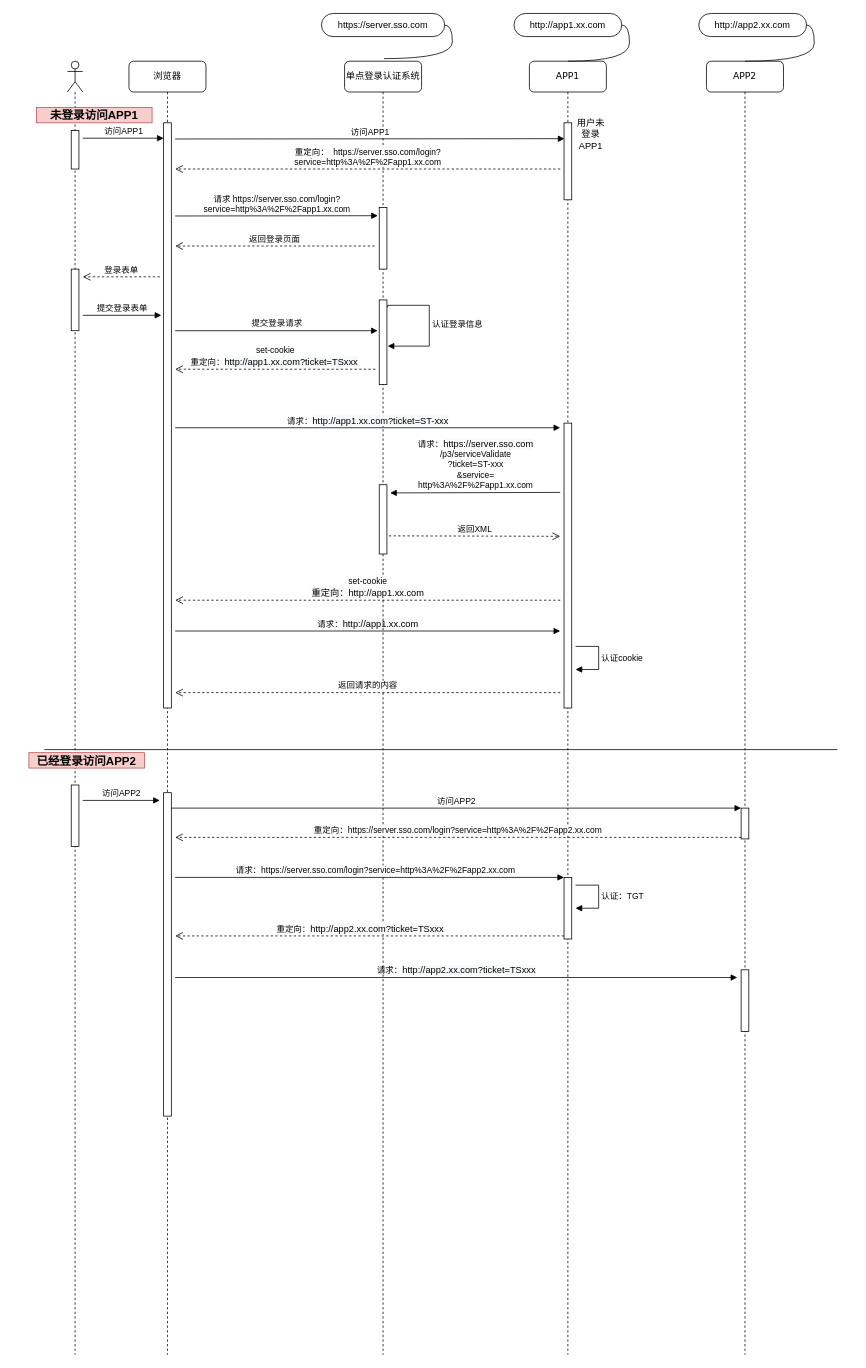
rockywade/draw keeps this draw.io diagram as sso.drawio. Above is the earlier version. Source tidied: cells renumbered, new cells numbered last; positions are measured from the earlier drawing's top-left corner, leaving out a move shared by most shapes. Both pictures are drawn from the tidied source at 77%, with x=0, y=0 at pixel (28, 13).
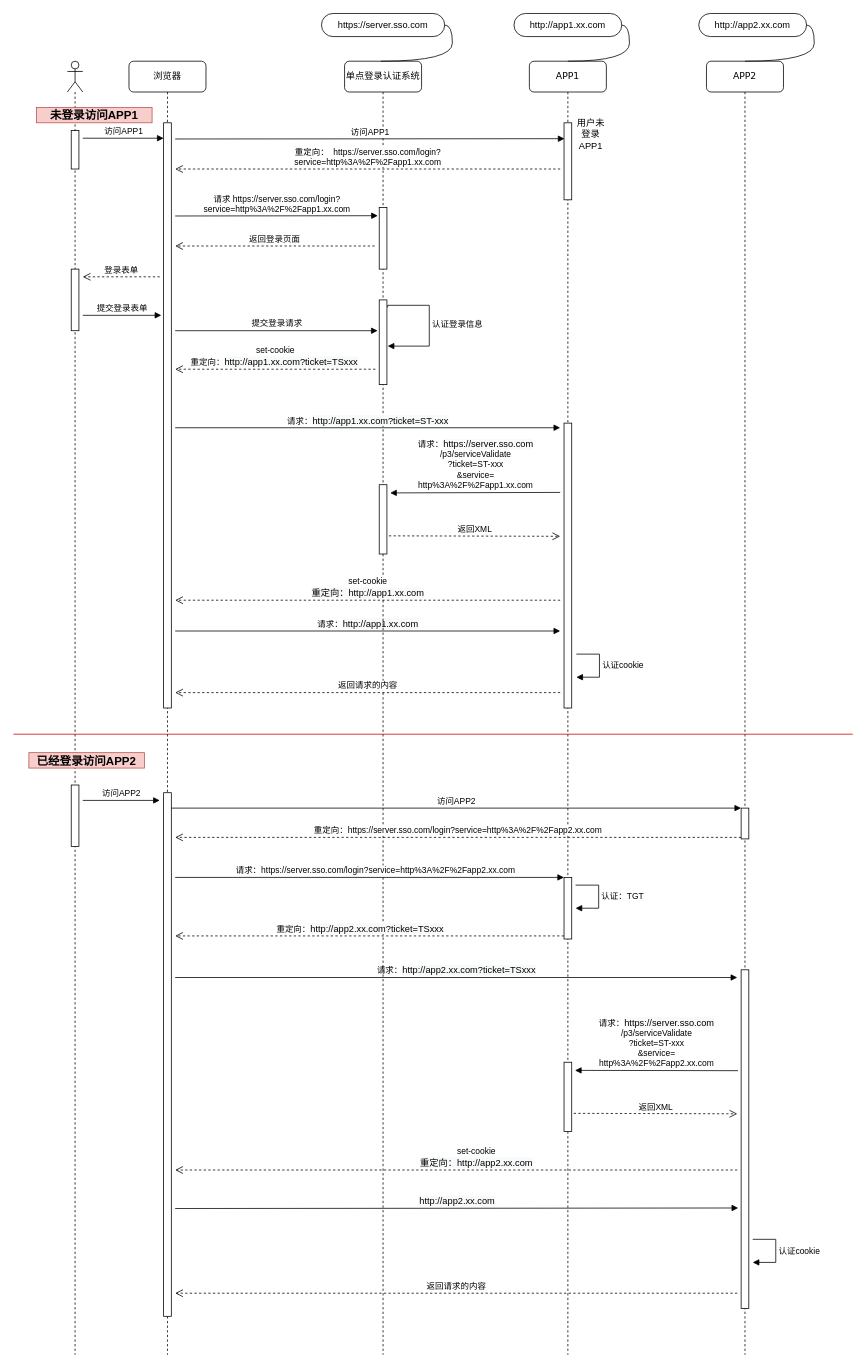
The same page after the edit.

The change refers to these unchanged cells:
```xml
<mxCell id="2" value="浏览器" style="shape=umlLifeline;perimeter=lifelinePerimeter;whiteSpace=wrap;html=1;rounded=1;shadow=0;comic=0;labelBackgroundColor=none;strokeWidth=1;fontFamily=Verdana;fontSize=12;align=center;" parent="1" vertex="1">
  <mxGeometry x="130" y="62" width="100" height="1680" as="geometry" />
</mxCell>
<mxCell id="8" value="单点登录认证系统" style="shape=umlLifeline;perimeter=lifelinePerimeter;whiteSpace=wrap;html=1;outlineConnect=0;rounded=1;shadow=0;comic=0;labelBackgroundColor=none;strokeWidth=1;fontFamily=Verdana;fontSize=12;align=center;" parent="1" vertex="1">
  <mxGeometry x="410" y="62" width="100" height="1680" as="geometry" />
</mxCell>
<mxCell id="12" value="APP1" style="shape=umlLifeline;perimeter=lifelinePerimeter;whiteSpace=wrap;html=1;outlineConnect=0;rounded=1;shadow=0;comic=0;labelBackgroundColor=none;strokeWidth=1;fontFamily=Verdana;fontSize=12;align=center;" parent="1" vertex="1">
  <mxGeometry x="650" y="62" width="100" height="1680" as="geometry" />
</mxCell>
<mxCell id="17" value="APP2" style="shape=umlLifeline;perimeter=lifelinePerimeter;whiteSpace=wrap;html=1;outlineConnect=0;rounded=1;shadow=0;comic=0;labelBackgroundColor=none;strokeWidth=1;fontFamily=Verdana;fontSize=12;align=center;" parent="1" vertex="1">
  <mxGeometry x="880" y="62" width="100" height="1680" as="geometry" />
</mxCell>
<mxCell id="26" value="https://server.sso.com" style="whiteSpace=wrap;html=1;rounded=1;arcSize=50;align=center;verticalAlign=middle;strokeWidth=1;spacing=4;newEdgeStyle={&quot;edgeStyle&quot;:&quot;entityRelationEdgeStyle&quot;,&quot;startArrow&quot;:&quot;none&quot;,&quot;endArrow&quot;:&quot;none&quot;,&quot;segment&quot;:10,&quot;curved&quot;:1};" parent="1" vertex="1">
  <mxGeometry x="380" width="160" height="30" as="geometry" />
</mxCell>
```

Diff of the diagram source:
```diff
@@
     <mxCell id="6" style="html=1;points=[];perimeter=orthogonalPerimeter;" parent="2" vertex="1">
-      <mxGeometry x="45" y="950" width="10" height="420" as="geometry" />
+      <mxGeometry x="45" y="950" width="10" height="680" as="geometry" />
     </mxCell>
@@
+    <mxCell id="54" value="&lt;span style=&quot;font-size: 12px ; background-color: rgb(248 , 249 , 250)&quot;&gt;http://app2.xx.com&lt;/span&gt;" style="html=1;verticalAlign=bottom;endArrow=block;entryX=-0.38;entryY=0.703;entryDx=0;entryDy=0;entryPerimeter=0;" parent="2" edge="1" target="19">
+      <mxGeometry relative="1" as="geometry">
+        <mxPoint x="60" y="1490" as="sourcePoint" />
+      </mxGeometry>
+    </mxCell>
@@
+    <mxCell id="55" style="html=1;points=[];perimeter=orthogonalPerimeter;" parent="12" vertex="1">
+      <mxGeometry x="45" y="1300" width="10" height="90" as="geometry" />
+    </mxCell>
+    <mxCell id="56" value="返回XML" style="html=1;verticalAlign=bottom;endArrow=open;dashed=1;endSize=8;exitX=1.26;exitY=0.738;exitDx=0;exitDy=0;exitPerimeter=0;" parent="12" edge="1" source="55">
+      <mxGeometry relative="1" as="geometry">
+        <mxPoint x="270" y="1367" as="targetPoint" />
+      </mxGeometry>
+    </mxCell>
@@
     <mxCell id="19" style="html=1;points=[];perimeter=orthogonalPerimeter;" parent="17" vertex="1">
-      <mxGeometry x="45" y="1180" width="10" height="80" as="geometry" />
+      <mxGeometry x="45" y="1180" width="10" height="440" as="geometry" />
     </mxCell>
@@
-    <mxCell id="27" style="edgeStyle=entityRelationEdgeStyle;startArrow=none;endArrow=none;segment=10;curved=1;exitX=0.512;exitY=-0.002;exitDx=0;exitDy=0;exitPerimeter=0;" parent="1" edge="1" source="8" target="26">
+    <mxCell id="27" style="edgeStyle=entityRelationEdgeStyle;startArrow=none;endArrow=none;segment=10;curved=1;exitX=0.47;exitY=0;exitDx=0;exitDy=0;exitPerimeter=0;" parent="1" edge="1" source="8" target="26">
       <mxGeometry relative="1" as="geometry" />
     </mxCell>
@@
     <mxCell id="43" value="认证cookie" style="edgeStyle=orthogonalEdgeStyle;html=1;align=left;spacingLeft=2;endArrow=block;rounded=0;" parent="1" edge="1">
       <mxGeometry relative="1" as="geometry">
-        <mxPoint x="710" y="822" as="sourcePoint" />
-        <mxPoint x="710" y="852" as="targetPoint" />
+        <mxPoint x="940" y="1592" as="sourcePoint" />
+        <mxPoint x="940" y="1622" as="targetPoint" />
         <Array as="points">
-          <mxPoint x="740" y="822" />
-          <mxPoint x="740" y="852" />
+          <mxPoint x="970" y="1592" />
+          <mxPoint x="970" y="1622" />
         </Array>
       </mxGeometry>
     </mxCell>
@@
-    <mxCell id="45" style="line;strokeWidth=1;fillColor=none;align=left;verticalAlign=middle;spacingTop=-1;spacingLeft=3;spacingRight=3;labelPosition=right;" parent="1" vertex="1">
-      <mxGeometry x="20" y="952" width="1030" height="8" as="geometry" />
+    <mxCell id="45" style="line;strokeWidth=1;fillColor=#f8cecc;align=left;verticalAlign=middle;spacingTop=-1;spacingLeft=3;spacingRight=3;labelPosition=right;gradientDirection=west;perimeterSpacing=1;strokeColor=#CC0000;" parent="1" vertex="1">
+      <mxGeometry x="-20" y="932" width="1090" height="8" as="geometry" />
     </mxCell>
@@
+    <mxCell id="57" value="请求：&lt;span style=&quot;font-size: 12px ; background-color: rgb(248 , 249 , 250)&quot;&gt;https://server.sso.com&lt;br&gt;&lt;/span&gt;/p3/serviceValidate&lt;br&gt;?ticket=ST-xxx&lt;br&gt;&amp;amp;service=&lt;br&gt;http%3A%2F%2Fapp2.xx.com" style="html=1;verticalAlign=bottom;endArrow=block;entryX=1.42;entryY=0.118;entryDx=0;entryDy=0;entryPerimeter=0;" parent="1" edge="1" target="55">
+      <mxGeometry relative="1" as="geometry">
+        <mxPoint x="921" y="1373" as="sourcePoint" />
+      </mxGeometry>
+    </mxCell>
+    <mxCell id="58" value="set-cookie&lt;br&gt;&lt;span style=&quot;font-size: 12px ; background-color: rgb(248 , 249 , 250)&quot;&gt;重定向：http://app2.xx.com&lt;/span&gt;" style="html=1;verticalAlign=bottom;endArrow=open;dashed=1;endSize=8;" parent="1" edge="1">
+      <mxGeometry x="-0.07" relative="1" as="geometry">
+        <mxPoint x="920" y="1502" as="sourcePoint" />
+        <mxPoint x="190" y="1502" as="targetPoint" />
+      </mxGeometry>
+    </mxCell>
+    <mxCell id="59" value="认证cookie" style="edgeStyle=orthogonalEdgeStyle;html=1;align=left;spacingLeft=2;endArrow=block;rounded=0;" parent="1" edge="1">
+      <mxGeometry relative="1" as="geometry">
+        <mxPoint x="711" y="832" as="sourcePoint" />
+        <mxPoint x="711" y="862" as="targetPoint" />
+        <Array as="points">
+          <mxPoint x="741" y="832" />
+          <mxPoint x="741" y="862" />
+        </Array>
+      </mxGeometry>
+    </mxCell>
+    <mxCell id="60" value="返回请求的内容" style="html=1;verticalAlign=bottom;endArrow=open;dashed=1;endSize=8;" parent="1" edge="1">
+      <mxGeometry relative="1" as="geometry">
+        <mxPoint x="920" y="1662" as="sourcePoint" />
+        <mxPoint x="190" y="1662" as="targetPoint" />
+      </mxGeometry>
+    </mxCell>
```
